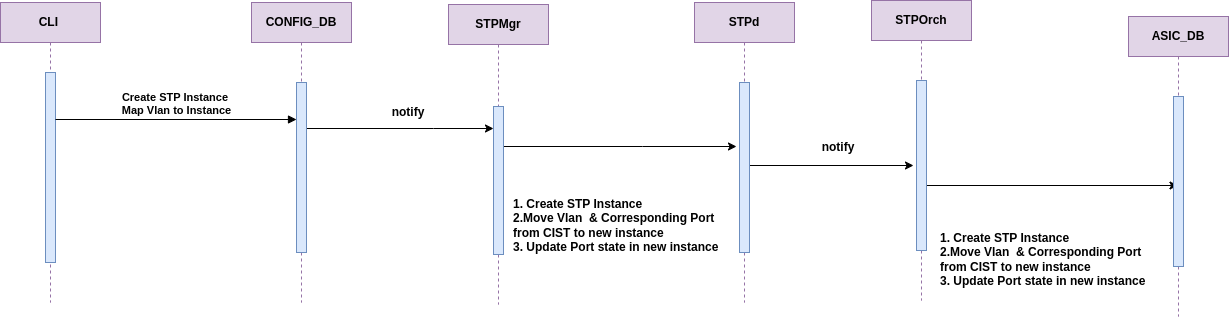
This is doc/MSTP/images/MSTP_Instance_Create.drawio.png from sonic-net/SONiC, a draw.io export, as it was before one commit. Source tidied: cells renumbered, new cells last; positions are measured from the earlier drawing's top-left corner, leaving out a move shared by most shapes.
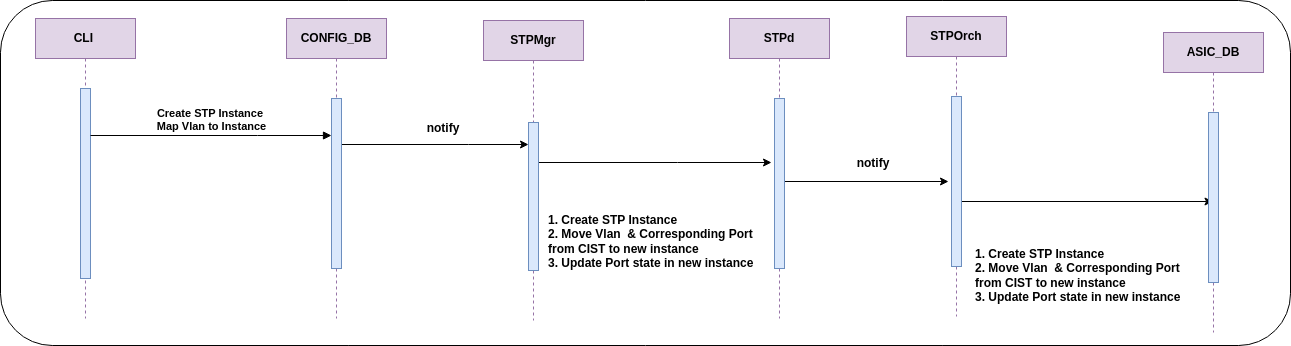
Above is the later version.

What changed in the source:
```diff
@@ -2,6 +2,9 @@
   <root>
     <mxCell id="0" />
     <mxCell id="1" parent="0" />
+    <mxCell id="23" style="rounded=1;whiteSpace=wrap;html=1;" parent="1" vertex="1">
+      <mxGeometry x="-35" y="-16" width="1290" height="345" as="geometry" />
+    </mxCell>
     <mxCell id="2" value="CLI&amp;nbsp;" style="shape=umlLifeline;perimeter=lifelinePerimeter;whiteSpace=wrap;html=1;newEdgeStyle={&quot;edgeStyle&quot;:&quot;elbowEdgeStyle&quot;,&quot;elbow&quot;:&quot;vertical&quot;,&quot;curved&quot;:0,&quot;rounded&quot;:0};fillColor=#e1d5e7;strokeColor=#9673a6;fontStyle=1;" parent="1" vertex="1">
       <mxGeometry y="2" width="100" height="300" as="geometry" />
     </mxCell>
@@ -74,10 +77,10 @@
     <mxCell id="20" value="notify" style="text;html=1;align=center;verticalAlign=middle;whiteSpace=wrap;rounded=0;fontStyle=1;" parent="1" vertex="1">
       <mxGeometry x="808" y="132" width="60" height="30" as="geometry" />
     </mxCell>
-    <mxCell id="21" value="1. Create STP Instance&lt;div&gt;2.Move Vlan&amp;nbsp; &amp;amp; Corresponding Port from CIST to new instance&lt;/div&gt;&lt;div&gt;3. Update Port state in new instance&lt;/div&gt;" style="text;html=1;align=left;verticalAlign=middle;whiteSpace=wrap;rounded=0;fontStyle=1;" parent="1" vertex="1">
+    <mxCell id="21" value="1. Create STP Instance&lt;div&gt;2. Move Vlan&amp;nbsp; &amp;amp; Corresponding Port from CIST to new instance&lt;/div&gt;&lt;div&gt;3. Update Port state in new instance&lt;/div&gt;" style="text;html=1;align=left;verticalAlign=middle;whiteSpace=wrap;rounded=0;fontStyle=1;" parent="1" vertex="1">
       <mxGeometry x="511" y="168" width="214" height="114" as="geometry" />
     </mxCell>
-    <mxCell id="22" value="1. Create STP Instance&lt;div&gt;2.Move Vlan&amp;nbsp; &amp;amp; Corresponding Port from CIST to new instance&lt;/div&gt;&lt;div&gt;3. Update Port state in new instance&lt;/div&gt;" style="text;html=1;align=left;verticalAlign=middle;whiteSpace=wrap;rounded=0;fontStyle=1;" parent="1" vertex="1">
+    <mxCell id="22" value="1. Create STP Instance&lt;div&gt;2. Move Vlan&amp;nbsp; &amp;amp; Corresponding Port from CIST to new instance&lt;/div&gt;&lt;div&gt;3. Update Port state in new instance&lt;/div&gt;" style="text;html=1;align=left;verticalAlign=middle;whiteSpace=wrap;rounded=0;fontStyle=1;" parent="1" vertex="1">
       <mxGeometry x="938" y="202" width="214" height="114" as="geometry" />
     </mxCell>
   </root>
```
